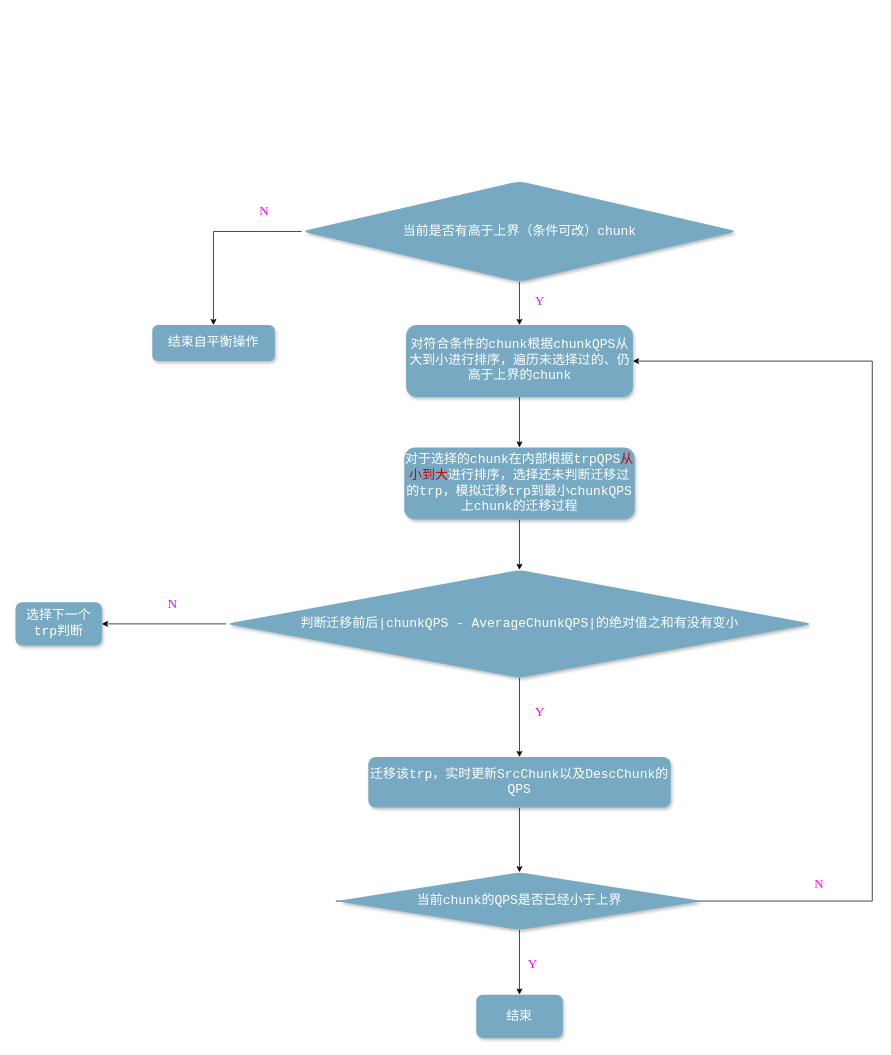
The draw.io diagram page "自平衡2" (3 of 15) of Untitled Diagram.drawio in SoraNimi/lbs-master, before the edit. Source tidied: cells renumbered, new cells numbered last; positions are measured from the earlier drawing's top-left corner, leaving out a move shared by most shapes. Both pictures are drawn from the tidied source at 72%, with x=0, y=0 at pixel (15, 181).
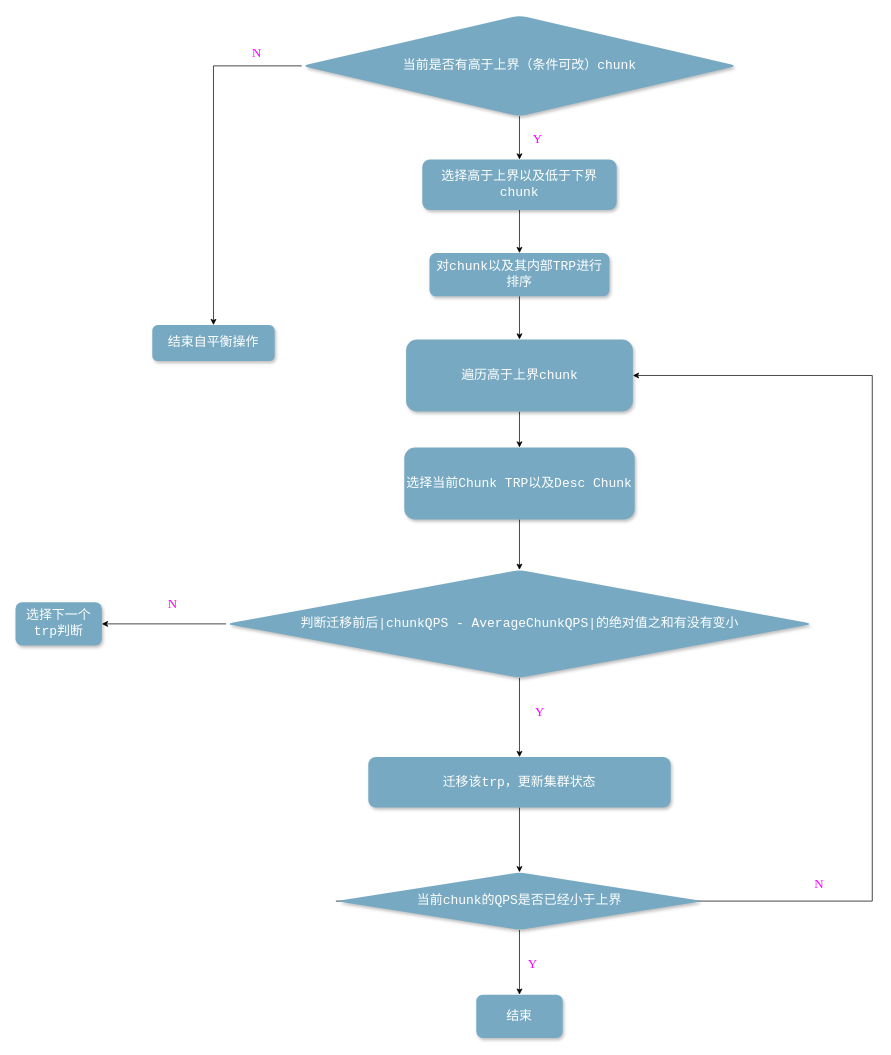
The same diagram, later.

The change refers to these unchanged cells:
```xml
<mxCell id="20" value="&lt;font style=&quot;font-size: 18px&quot;&gt;当前chunk的QPS是否已经小于上界&lt;/font&gt;" style="rhombus;whiteSpace=wrap;html=1;fontFamily=Courier New;fillColor=#77aac2;strokeColor=none;fontColor=#FFFFFF;rounded=1;shadow=1;glass=0;comic=0;gradientColor=none;" parent="1" vertex="1">
  <mxGeometry x="445" y="960" width="510" height="80" as="geometry" />
</mxCell>
```

What changed in the source:
```diff
@@
-    <mxCell id="3" value="&lt;font style=&quot;font-size: 18px&quot;&gt;对符合条件的chunk根据chunkQPS从大到小进行排序，遍历未选择过的、仍高于上界的chunk&lt;/font&gt;" style="rounded=1;whiteSpace=wrap;html=1;fillColor=#77aac2;strokeColor=none;shadow=1;glass=0;comic=0;gradientColor=none;fontFamily=Courier New;fontColor=#FFFFFF;" parent="1" vertex="1">
-      <mxGeometry x="542.5" y="200" width="315" height="100" as="geometry" />
+    <mxCell id="3" value="&lt;font style=&quot;font-size: 18px&quot;&gt;遍历高于上界chunk&lt;/font&gt;" style="rounded=1;whiteSpace=wrap;html=1;fillColor=#77aac2;strokeColor=none;shadow=1;glass=0;comic=0;gradientColor=none;fontFamily=Courier New;fontColor=#FFFFFF;" parent="1" vertex="1">
+      <mxGeometry x="542.5" y="220" width="315" height="100" as="geometry" />
     </mxCell>
-    <mxCell id="4" style="edgeStyle=orthogonalEdgeStyle;rounded=0;jettySize=auto;html=1;exitX=0.5;exitY=1;exitDx=0;exitDy=0;entryX=0.5;entryY=0;entryDx=0;entryDy=0;" parent="1" edge="1" source="6" target="3">
-      <mxGeometry relative="1" as="geometry" />
-    </mxCell>
@@
+    <mxCell id="26" style="edgeStyle=orthogonalEdgeStyle;rounded=0;jettySize=auto;html=1;fontSize=18;" parent="1" edge="1" source="6" target="30">
+      <mxGeometry relative="1" as="geometry" />
+    </mxCell>
     <mxCell id="6" value="&lt;font style=&quot;font-size: 18px&quot;&gt;当前是否有高于上界（条件可改）chunk&lt;/font&gt;" style="rhombus;whiteSpace=wrap;html=1;fontFamily=Courier New;fillColor=#77aac2;strokeColor=none;fontColor=#FFFFFF;rounded=1;shadow=1;glass=0;comic=0;gradientColor=none;" parent="1" vertex="1">
-      <mxGeometry x="397.5" width="605" height="140" as="geometry" />
+      <mxGeometry x="397.5" y="-230" width="605" height="140" as="geometry" />
     </mxCell>
@@
-    <mxCell id="9" value="&lt;span style=&quot;font-size: 18px&quot;&gt;对于选择的chunk在内部根据trpQPS&lt;font color=&quot;#cc0000&quot;&gt;从小到大&lt;/font&gt;进行排序，选择还未判断迁移过的trp，模拟迁移trp到最小chunkQPS上chunk的迁移过程&lt;/span&gt;" style="rounded=1;whiteSpace=wrap;html=1;fillColor=#77aac2;strokeColor=none;shadow=1;glass=0;comic=0;gradientColor=none;fontFamily=Courier New;fontColor=#FFFFFF;" parent="1" vertex="1">
+    <mxCell id="9" value="&lt;span style=&quot;font-size: 18px&quot;&gt;选择当前Chunk TRP以及Desc Chunk&lt;/span&gt;" style="rounded=1;whiteSpace=wrap;html=1;fillColor=#77aac2;strokeColor=none;shadow=1;glass=0;comic=0;gradientColor=none;fontFamily=Courier New;fontColor=#FFFFFF;" parent="1" vertex="1">
       <mxGeometry x="540" y="370" width="320" height="100" as="geometry" />
     </mxCell>
@@
-    <mxCell id="14" value="&lt;font style=&quot;font-size: 18px&quot;&gt;迁移该trp，实时更新SrcChunk以及DescChunk的QPS&lt;/font&gt;" style="whiteSpace=wrap;html=1;fontFamily=Courier New;fillColor=#77aac2;strokeColor=none;fontColor=#FFFFFF;rounded=1;shadow=1;glass=0;comic=0;gradientColor=none;" parent="1" vertex="1">
+    <mxCell id="14" value="&lt;font style=&quot;font-size: 18px&quot;&gt;迁移该trp，更新集群状态&lt;/font&gt;" style="whiteSpace=wrap;html=1;fontFamily=Courier New;fillColor=#77aac2;strokeColor=none;fontColor=#FFFFFF;rounded=1;shadow=1;glass=0;comic=0;gradientColor=none;" parent="1" vertex="1">
       <mxGeometry x="490" y="800" width="420" height="70" as="geometry" />
     </mxCell>
@@
     <mxCell id="19" style="edgeStyle=orthogonalEdgeStyle;rounded=0;jettySize=auto;html=1;exitX=0;exitY=0.5;exitDx=0;exitDy=0;entryX=1;entryY=0.5;entryDx=0;entryDy=0;fontSize=18;" parent="1" edge="1" source="20" target="3">
       <mxGeometry relative="1" as="geometry">
         <Array as="points">
           <mxPoint x="1190" y="1000" />
-          <mxPoint x="1190" y="250" />
+          <mxPoint x="1190" y="270" />
         </Array>
       </mxGeometry>
     </mxCell>
@@
+    <mxCell id="25" value="&lt;span style=&quot;color: rgb(255 , 0 , 255) ; font-family: &amp;#34;times new roman&amp;#34; ; font-size: 18px ; background-color: rgb(255 , 255 , 255)&quot;&gt;N&lt;/span&gt;" style="text;html=1;align=center;verticalAlign=middle;strokeColor=none;fillColor=none;fontSize=24;fontColor=#CC0000;" parent="1" vertex="1">
+      <mxGeometry x="320" y="-200" width="30" height="40" as="geometry" />
+    </mxCell>
+    <mxCell id="27" style="edgeStyle=orthogonalEdgeStyle;rounded=0;jettySize=auto;html=1;fontSize=18;" parent="1" edge="1" source="28" target="3">
+      <mxGeometry relative="1" as="geometry" />
+    </mxCell>
+    <mxCell id="28" value="&lt;font style=&quot;font-size: 18px&quot;&gt;对chunk以及其内部TRP进行排序&lt;/font&gt;" style="whiteSpace=wrap;html=1;fontFamily=Courier New;fillColor=#77aac2;strokeColor=none;fontColor=#FFFFFF;rounded=1;shadow=1;glass=0;comic=0;gradientColor=none;" parent="1" vertex="1">
+      <mxGeometry x="575" y="100" width="250" height="60" as="geometry" />
+    </mxCell>
+    <mxCell id="29" style="edgeStyle=orthogonalEdgeStyle;rounded=0;jettySize=auto;html=1;fontSize=18;" parent="1" edge="1" source="30" target="28">
+      <mxGeometry relative="1" as="geometry" />
+    </mxCell>
+    <mxCell id="30" value="&lt;font style=&quot;font-size: 18px&quot;&gt;选择高于上界以及低于下界chunk&lt;/font&gt;" style="whiteSpace=wrap;html=1;fontFamily=Courier New;fillColor=#77aac2;strokeColor=none;fontColor=#FFFFFF;rounded=1;shadow=1;glass=0;comic=0;gradientColor=none;" parent="1" vertex="1">
+      <mxGeometry x="565" y="-30" width="270" height="70" as="geometry" />
+    </mxCell>
-    <mxCell id="24" value="&lt;span style=&quot;color: rgb(255 , 0 , 255) ; font-family: &amp;#34;times new roman&amp;#34; ; font-size: 18px ; font-style: normal ; font-weight: 400 ; letter-spacing: normal ; text-align: center ; text-indent: 0px ; text-transform: none ; word-spacing: 0px ; background-color: rgb(255 , 255 , 255) ; display: inline ; float: none&quot;&gt;Y&lt;/span&gt;" style="text;whiteSpace=wrap;html=1;fontSize=18;" parent="1" vertex="1">
-      <mxGeometry x="720" y="150" width="40" height="40" as="geometry" />
+    <mxCell id="24" value="&lt;span style=&quot;color: rgb(255 , 0 , 255) ; font-family: &amp;#34;times new roman&amp;#34; ; font-size: 18px ; background-color: rgb(255 , 255 , 255)&quot;&gt;Y&lt;/span&gt;" style="text;html=1;align=center;verticalAlign=middle;strokeColor=none;fillColor=none;fontSize=24;fontColor=#CC0000;" parent="1" vertex="1">
+      <mxGeometry x="710" y="-80" width="30" height="40" as="geometry" />
     </mxCell>
-    <mxCell id="25" value="&lt;span style=&quot;color: rgb(255 , 0 , 255) ; font-family: &amp;#34;times new roman&amp;#34; ; font-size: 18px ; background-color: rgb(255 , 255 , 255)&quot;&gt;N&lt;/span&gt;" style="text;html=1;align=center;verticalAlign=middle;strokeColor=none;fillColor=none;fontSize=24;fontColor=#CC0000;" parent="1" vertex="1">
-      <mxGeometry x="330" y="20" width="30" height="40" as="geometry" />
-    </mxCell>
```
